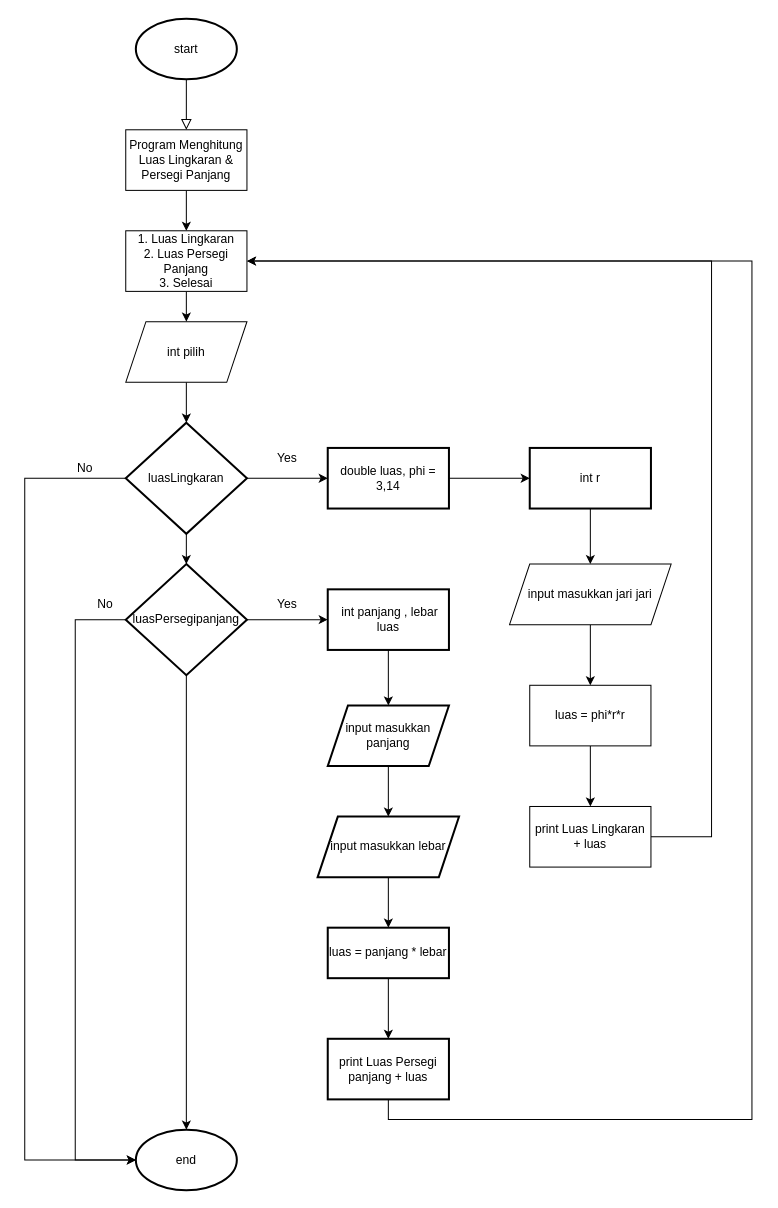
Before: Untitled Diagram.drawio in calvinhaviandy/Menghitung-Luas, a draw.io diagram. Source tidied: cells renumbered, new cells numbered last; positions are measured from the earlier drawing's top-left corner, leaving out a move shared by most shapes. Both pictures are drawn from the tidied source at 101%, with x=0, y=0 at pixel (24, 18).
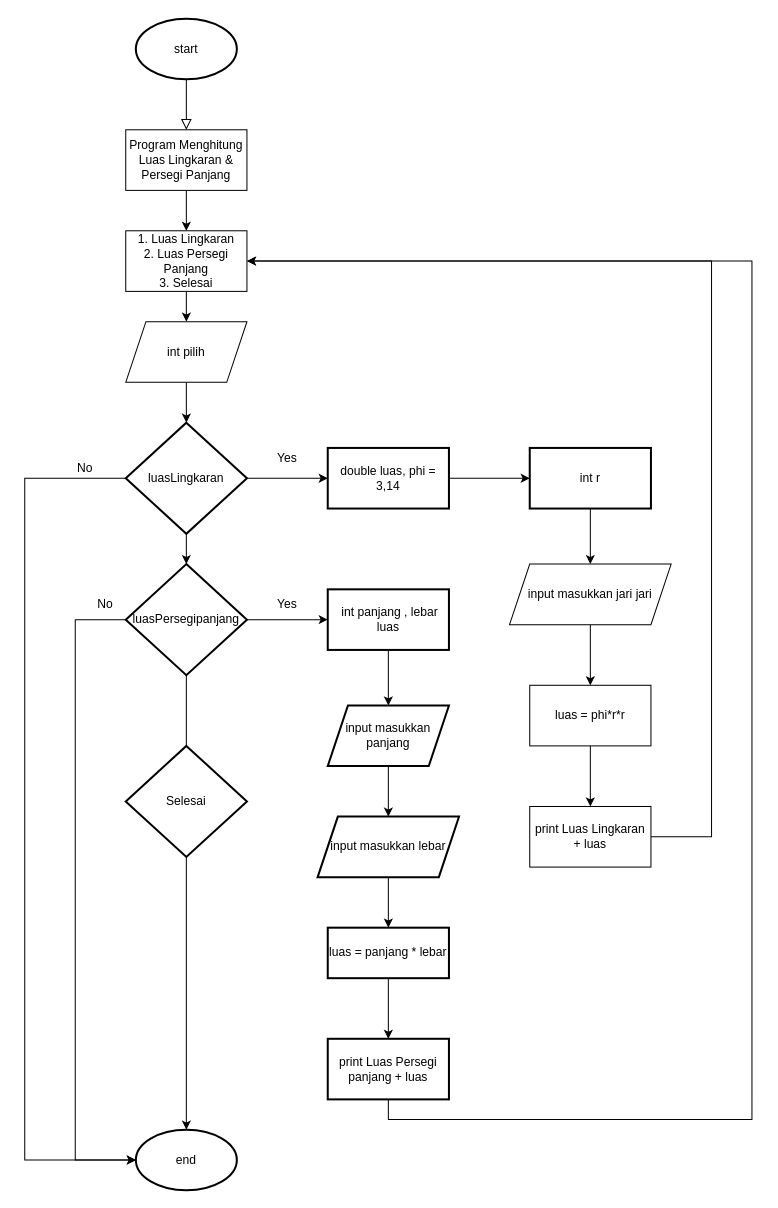
The same page after the edit.

Diff of the diagram source:
```diff
@@
+    <mxCell id="44" value="Selesai" style="strokeWidth=2;html=1;shape=mxgraph.flowchart.decision;whiteSpace=wrap;" parent="1" vertex="1">
+      <mxGeometry x="100" y="720" width="120" height="110" as="geometry" />
+    </mxCell>
```
